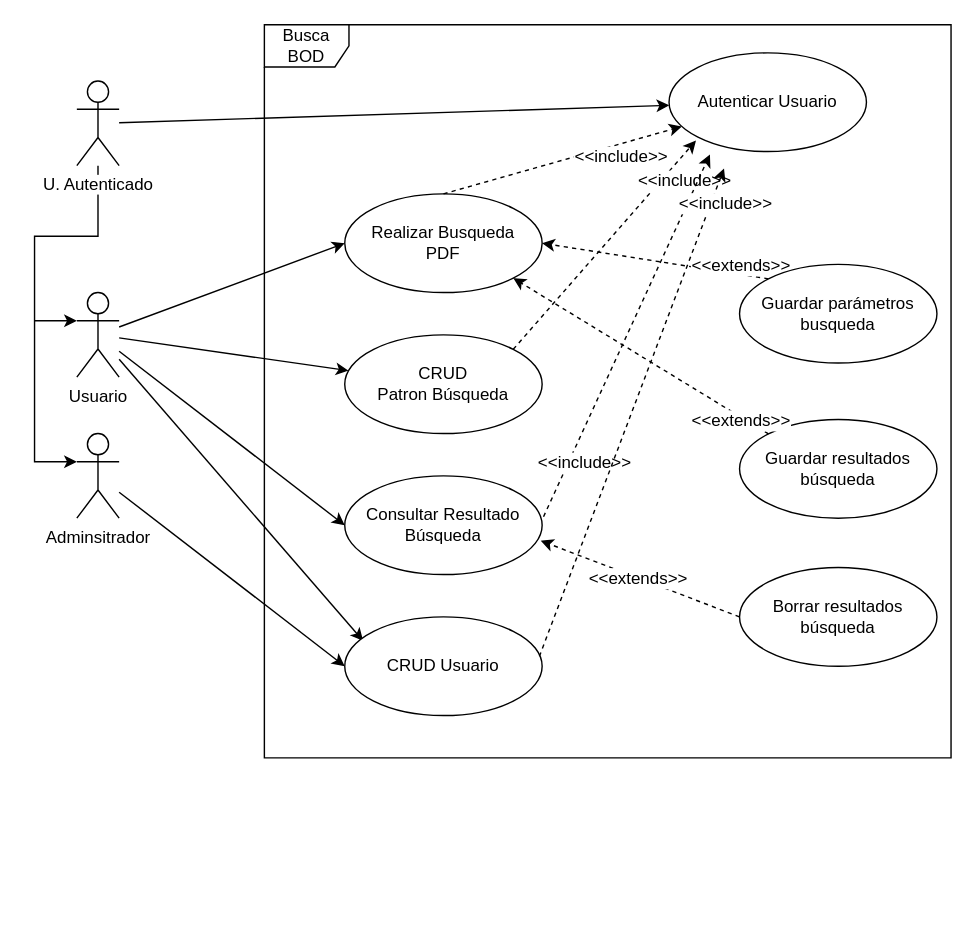
Earlier version of the draw.io diagram imagenes busca bod/Diagrama de Casos de Uso.drawio (DptoSIC/BuscaBOD). Source tidied: cells renumbered, new cells numbered last; positions are measured from the earlier drawing's top-left corner, leaving out a move shared by most shapes. Both pictures are drawn from the tidied source at 141%, with x=0, y=0 at pixel (34, 24).
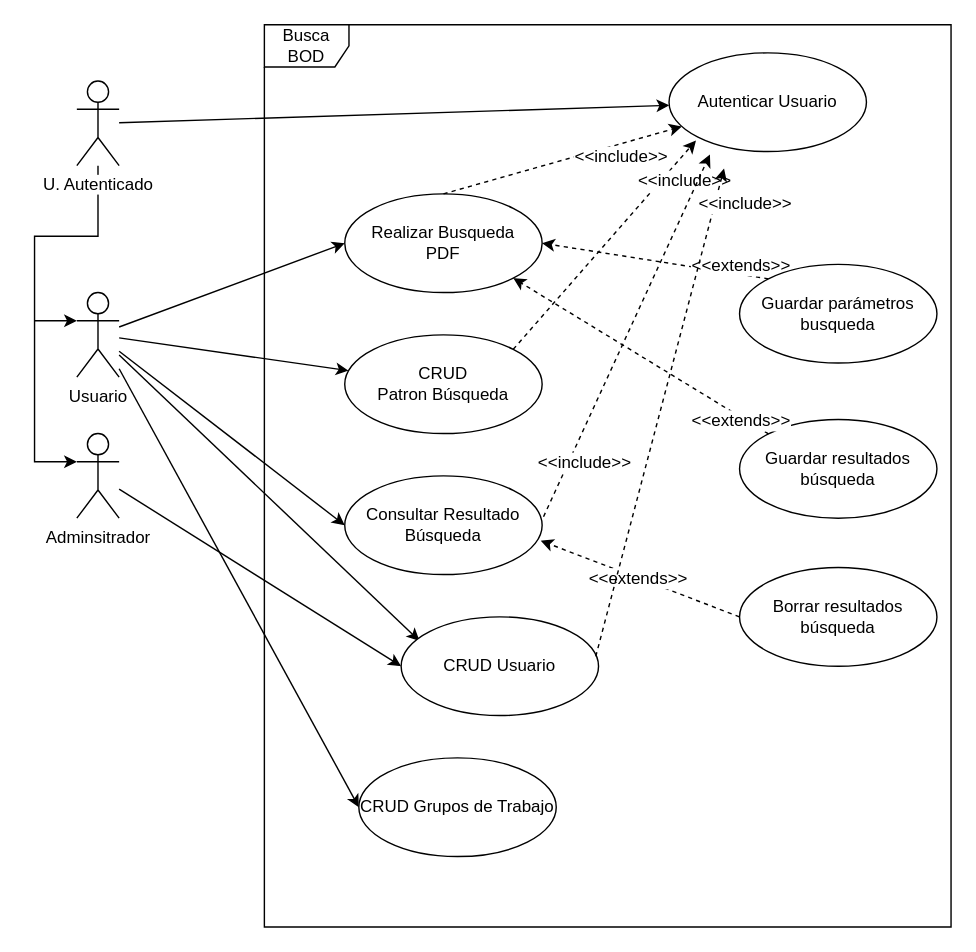
Above is the later version.

Change to the diagram source:
```diff
@@
     <mxCell id="2" value="Busca BOD" style="shape=umlFrame;whiteSpace=wrap;html=1;" parent="1" vertex="1">
-      <mxGeometry x="163" width="487" height="520" as="geometry" />
+      <mxGeometry x="163" width="487" height="640" as="geometry" />
     </mxCell>
@@
     <mxCell id="18" value="CRUD Usuario" style="ellipse;whiteSpace=wrap;html=1;" parent="1" vertex="1">
-      <mxGeometry x="220" y="420" width="140" height="70" as="geometry" />
+      <mxGeometry x="260" y="420" width="140" height="70" as="geometry" />
     </mxCell>
@@
+    <mxCell id="36" value="CRUD Grupos de Trabajo" style="ellipse;whiteSpace=wrap;html=1;" parent="1" vertex="1">
+      <mxGeometry x="230" y="520" width="140" height="70" as="geometry" />
+    </mxCell>
+    <mxCell id="37" style="edgeStyle=none;rounded=0;jettySize=auto;html=1;entryX=0;entryY=0.5;entryDx=0;entryDy=0;" parent="1" edge="1" target="36">
+      <mxGeometry relative="1" as="geometry">
+        <mxPoint x="60" y="244" as="sourcePoint" />
+      </mxGeometry>
+    </mxCell>
```
